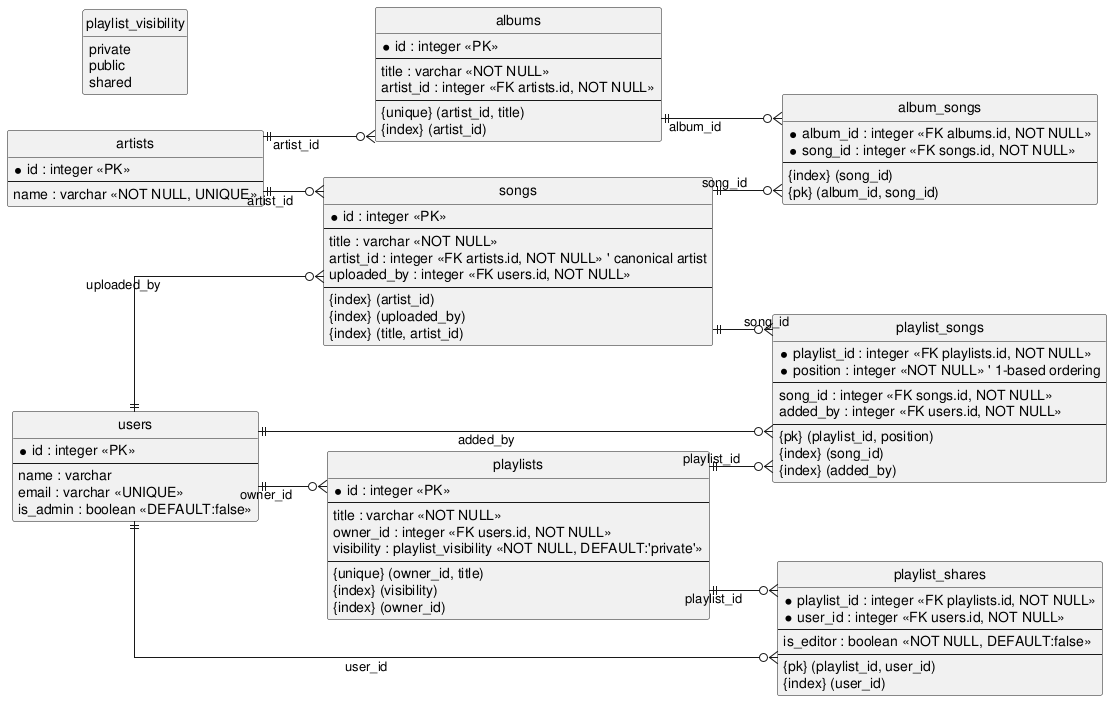
The PlantUML diagram server/database.png in Breadleaf/muserve, before a commit.
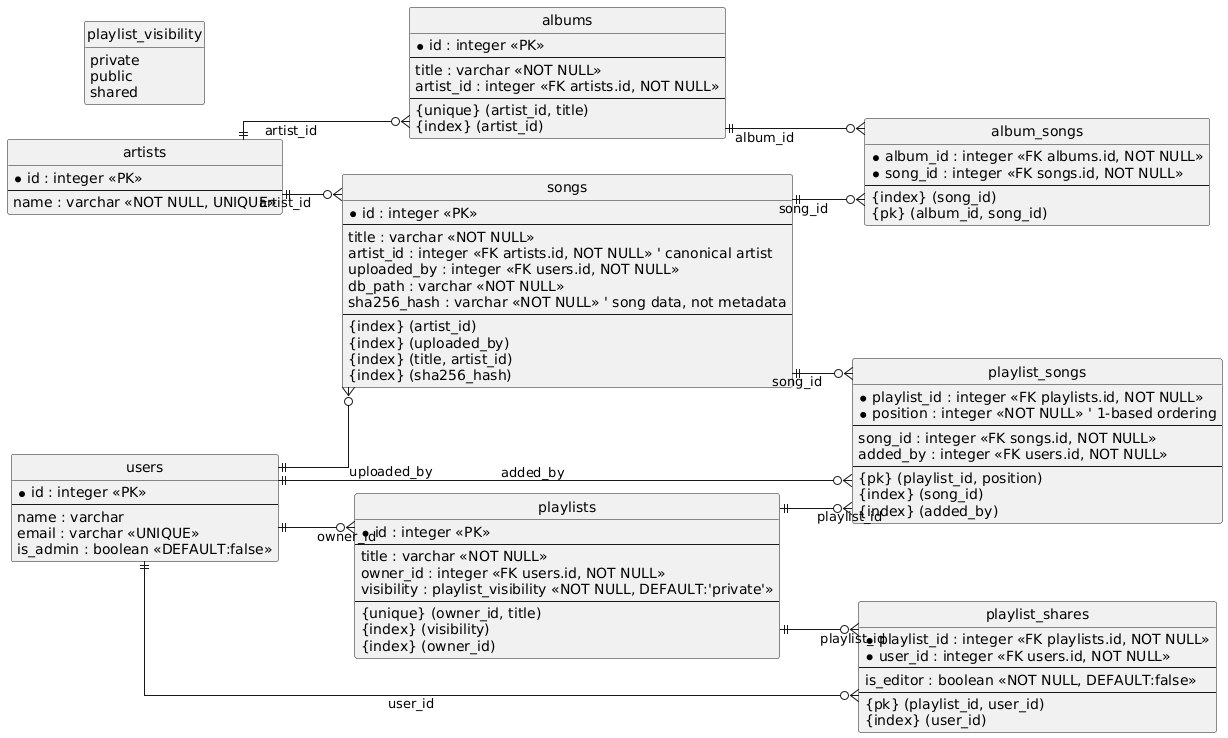
Later version of the same file.

Commit message:
add sha256_hash field & index and db_path to songs table

Change to the diagram source:
```diff
@@ -33,10 +33,13 @@
 	title : varchar <<NOT NULL>>
 	artist_id : integer <<FK artists.id, NOT NULL>> ' canonical artist
 	uploaded_by : integer <<FK users.id, NOT NULL>>
+	db_path : varchar <<NOT NULL>>
+	sha256_hash : varchar <<NOT NULL>> ' song data, not metadata
 	--
 	{index} (artist_id)
 	{index} (uploaded_by)
 	{index} (title, artist_id)
+	{index} (sha256_hash)
 }
 
 entity albums {
```
